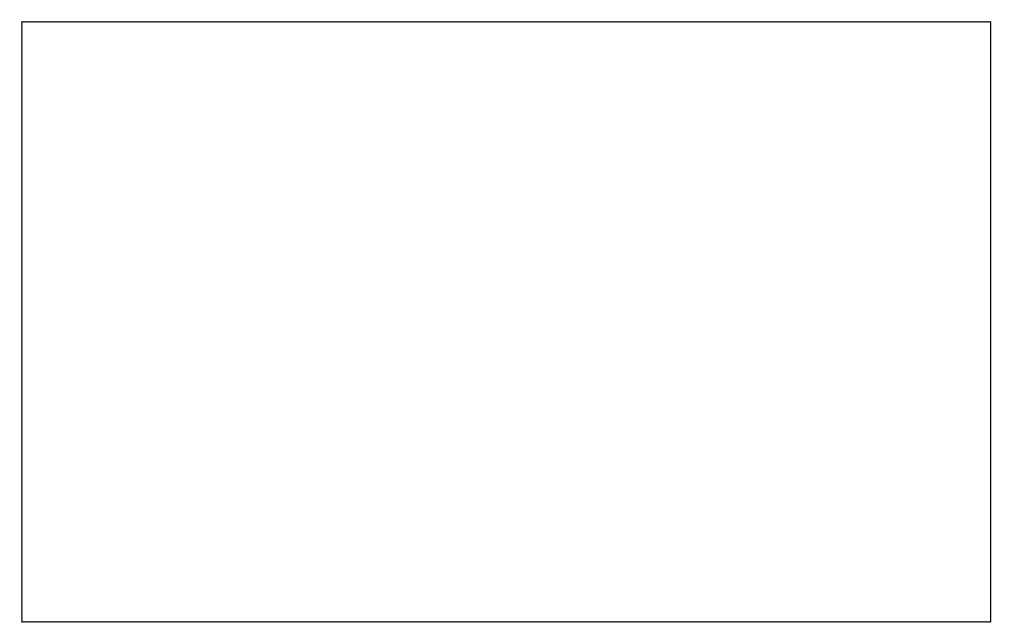
The draw.io diagram Draw_io_files/LKA_SystemOverview.drawio in chandantaluja/Lane-Keep-Assistance_ClassicAutosar_Fusa, before the edit. Source tidied: cells renumbered, new cells numbered last; positions are measured from the earlier drawing's top-left corner, leaving out a move shared by most shapes. Both pictures are drawn from the tidied source at 125%, with x=0, y=0 at pixel (21, 21).
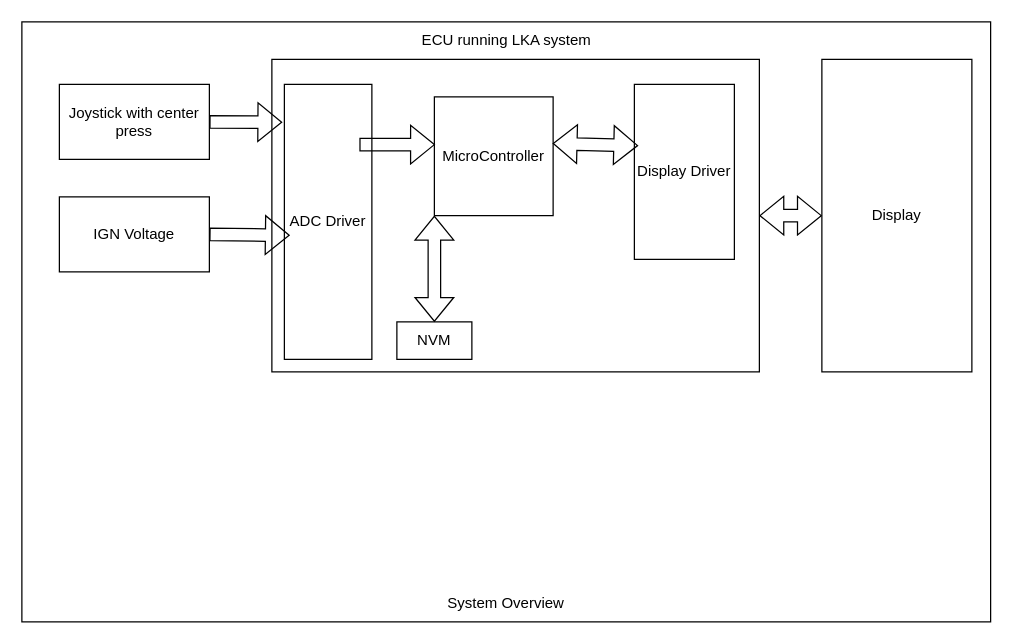
Above is the later version.

The edit, as a diff of the source:
```diff
@@
 <mxGraphModel>
   <root>
     <mxCell id="0" />
     <mxCell id="1" parent="0" />
     <mxCell id="2" style="rounded=0;whiteSpace=wrap;html=1;" parent="1" vertex="1">
       <mxGeometry width="775" height="480" as="geometry" />
     </mxCell>
+    <mxCell id="3" value="Joystick with center press" style="rounded=0;whiteSpace=wrap;html=1;" parent="1" vertex="1">
+      <mxGeometry x="30" y="50" width="120" height="60" as="geometry" />
+    </mxCell>
+    <mxCell id="4" value="IGN Voltage" style="rounded=0;whiteSpace=wrap;html=1;" parent="1" vertex="1">
+      <mxGeometry x="30" y="140" width="120" height="60" as="geometry" />
+    </mxCell>
+    <mxCell id="5" style="rounded=0;whiteSpace=wrap;html=1;" parent="1" vertex="1">
+      <mxGeometry x="200" y="30" width="390" height="250" as="geometry" />
+    </mxCell>
+    <mxCell id="6" value="ECU running LKA system" style="text;html=1;whiteSpace=wrap;strokeColor=none;fillColor=none;align=center;verticalAlign=middle;rounded=0;" parent="1" vertex="1">
+      <mxGeometry x="312.5" width="150" height="30" as="geometry" />
+    </mxCell>
+    <mxCell id="7" value="ADC Driver" style="rounded=0;whiteSpace=wrap;html=1;" parent="1" vertex="1">
+      <mxGeometry x="210" y="50" width="70" height="220" as="geometry" />
+    </mxCell>
+    <mxCell id="8" value="Display Driver" style="rounded=0;whiteSpace=wrap;html=1;" parent="1" vertex="1">
+      <mxGeometry x="490" y="50" width="80" height="140" as="geometry" />
+    </mxCell>
+    <mxCell id="9" value="Display" style="rounded=0;whiteSpace=wrap;html=1;" parent="1" vertex="1">
+      <mxGeometry x="640" y="30" width="120" height="250" as="geometry" />
+    </mxCell>
+    <mxCell id="10" style="shape=flexArrow;endArrow=classic;startArrow=classic;html=1;rounded=0;entryX=0;entryY=0.5;entryDx=0;entryDy=0;exitX=1;exitY=0.5;exitDx=0;exitDy=0;" parent="1" edge="1" source="5" target="9">
+      <mxGeometry relative="1" as="geometry" />
+    </mxCell>
+    <mxCell id="11" style="shape=flexArrow;endArrow=classic;html=1;rounded=0;exitX=1;exitY=0.5;exitDx=0;exitDy=0;entryX=-0.024;entryY=0.138;entryDx=0;entryDy=0;entryPerimeter=0;" parent="1" edge="1" source="3" target="7">
+      <mxGeometry relative="1" as="geometry" />
+    </mxCell>
+    <mxCell id="12" style="shape=flexArrow;endArrow=classic;html=1;rounded=0;exitX=1;exitY=0.5;exitDx=0;exitDy=0;entryX=0.062;entryY=0.549;entryDx=0;entryDy=0;entryPerimeter=0;" parent="1" edge="1" source="4" target="7">
+      <mxGeometry relative="1" as="geometry" />
+    </mxCell>
+    <mxCell id="13" value="MicroController" style="whiteSpace=wrap;html=1;" parent="1" vertex="1">
+      <mxGeometry x="330" y="60" width="95" height="95" as="geometry" />
+    </mxCell>
+    <mxCell id="14" value="NVM" style="whiteSpace=wrap;html=1;" parent="1" vertex="1">
+      <mxGeometry x="300" y="240" width="60" height="30" as="geometry" />
+    </mxCell>
+    <mxCell id="15" style="shape=flexArrow;endArrow=classic;startArrow=classic;html=1;rounded=0;exitX=0.5;exitY=0;exitDx=0;exitDy=0;entryX=0;entryY=1;entryDx=0;entryDy=0;" parent="1" edge="1" source="14" target="13">
+      <mxGeometry relative="1" as="geometry" />
+    </mxCell>
+    <mxCell id="16" style="shape=flexArrow;endArrow=classic;startArrow=classic;html=1;rounded=0;entryX=0.038;entryY=0.35;entryDx=0;entryDy=0;entryPerimeter=0;exitX=0.996;exitY=0.393;exitDx=0;exitDy=0;exitPerimeter=0;" parent="1" edge="1" source="13" target="8">
+      <mxGeometry relative="1" as="geometry" />
+    </mxCell>
+    <mxCell id="17" style="shape=flexArrow;endArrow=classic;html=1;rounded=0;entryX=0.005;entryY=0.402;entryDx=0;entryDy=0;entryPerimeter=0;exitX=0.857;exitY=0.219;exitDx=0;exitDy=0;exitPerimeter=0;" parent="1" edge="1" source="7" target="13">
+      <mxGeometry relative="1" as="geometry" />
+    </mxCell>
+    <mxCell id="18" value="System Overview" style="text;html=1;whiteSpace=wrap;strokeColor=none;fillColor=none;align=center;verticalAlign=middle;rounded=0;" parent="1" vertex="1">
+      <mxGeometry x="5" y="450" width="765" height="30" as="geometry" />
+    </mxCell>
   </root>
 </mxGraphModel>
```
